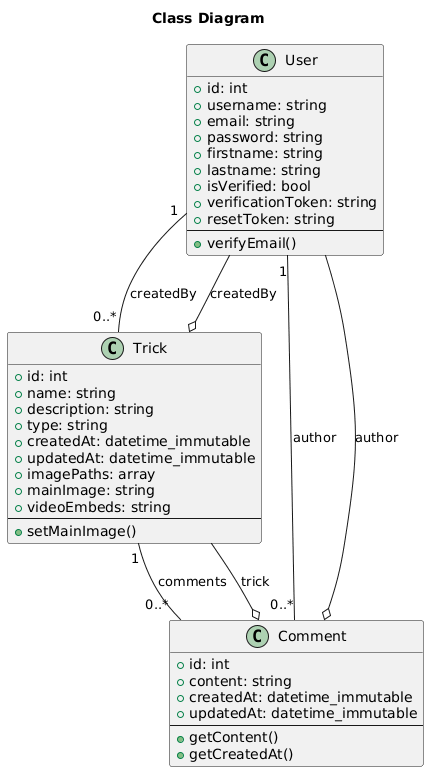
This is diagrams/class-diagram.png from kayuden/snowtricks, a PlantUML export, as it was before one commit. Source of this version:
```plantuml
@startuml
title Class Diagram

class User {
  + id: int
  + username: string
  + email: string
  + password: string
  + firstname: string
  + lastname: string
  + isVerified: bool
  + verificationToken: string
  + resetToken: string
  --
  + verifyEmail()
}

class Trick {
  + id: int
  + name: string
  + description: string
  + type: string
  + createdAt: datetime_immutable
  + updatedAt: datetime_immutable
  + imagePaths: array
  + mainImage: string
  + videoEmbeds: string
  --
  + setMainImage()
}

class Comment {
  + id: int
  + content: string
  + createdAt: datetime_immutable
  + updatedAt: datetime_immutable
  --
  + getContent()
  + getCreatedAt()
}

User "1" -- "0..*" Comment : author
Trick "1" -- "0..*" Comment : comments
User "1" -- "0..*" Trick : createdBy

Comment o-- User : author
Comment o-- Trick : trick
Trick o-- User : createdBy
@enduml
```
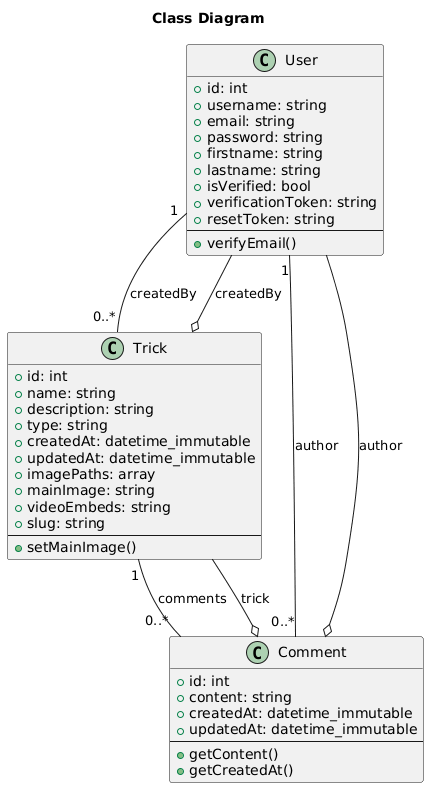
The same file after the commit.

The edit, as a diff of the source:
```diff
@@ -25,6 +25,7 @@
   + imagePaths: array
   + mainImage: string
   + videoEmbeds: string
+  + slug: string
   --
   + setMainImage()
 }
```
